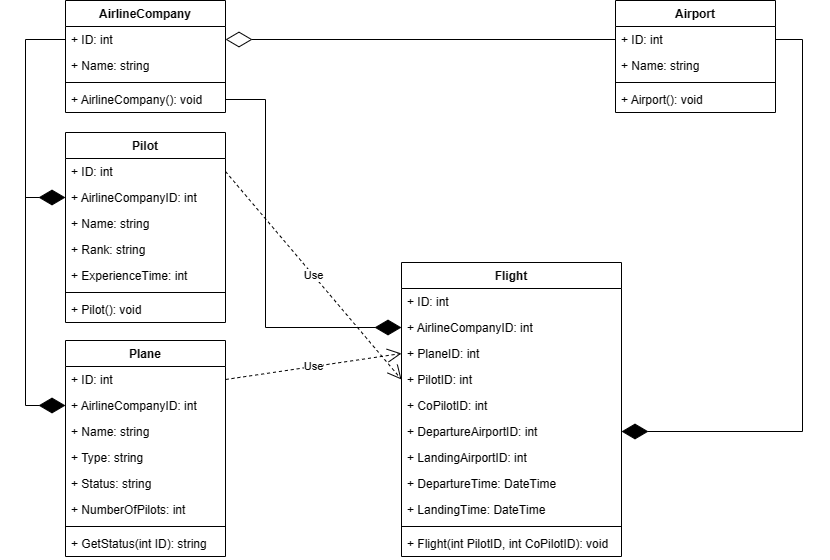
Above: ObjectOrientedProgramming/FlightManagementSystem.png in hasanfurkangulmez/kodluyoruzilkrepo (draw.io), before the change. Source tidied: cells renumbered, new cells last; positions are measured from the earlier drawing's top-left corner, leaving out a move shared by most shapes. Its diagram source:
```xml
<mxGraphModel background="#FFFFFF">
  <root>
    <mxCell id="0" />
    <mxCell id="1" parent="0" />
    <mxCell id="2" value="AirlineCompany" style="swimlane;fontStyle=1;align=center;verticalAlign=top;horizontal=1;startSize=26;" parent="1" vertex="1">
      <mxGeometry x="40" width="160" height="112" as="geometry" />
    </mxCell>
    <mxCell id="3" value="+ ID: int" style="text;strokeColor=none;fillColor=none;align=left;verticalAlign=top;spacingLeft=4;spacingRight=4;overflow=hidden;points=[[0,0.5],[1,0.5]];portConstraint=eastwest;" parent="2" vertex="1">
      <mxGeometry y="26" width="160" height="26" as="geometry" />
    </mxCell>
    <mxCell id="4" value="+ Name: string" style="text;strokeColor=none;fillColor=none;align=left;verticalAlign=top;spacingLeft=4;spacingRight=4;overflow=hidden;" parent="2" vertex="1">
      <mxGeometry y="52" width="160" height="26" as="geometry" />
    </mxCell>
    <mxCell id="5" style="line;strokeWidth=1;fillColor=none;align=left;verticalAlign=middle;spacingTop=-1;spacingLeft=3;spacingRight=3;labelPosition=right;strokeColor=inherit;" parent="2" vertex="1">
      <mxGeometry y="78" width="160" height="8" as="geometry" />
    </mxCell>
    <mxCell id="6" value="+ AirlineCompany(): void" style="text;strokeColor=none;fillColor=none;align=left;verticalAlign=top;spacingLeft=4;spacingRight=4;overflow=hidden;points=[[0,0.5],[1,0.5]];portConstraint=eastwest;" parent="2" vertex="1">
      <mxGeometry y="86" width="160" height="26" as="geometry" />
    </mxCell>
    <mxCell id="7" value="Plane" style="swimlane;fontStyle=1;align=center;verticalAlign=top;horizontal=1;startSize=26;" parent="1" vertex="1">
      <mxGeometry x="40" y="340" width="160" height="216" as="geometry" />
    </mxCell>
    <mxCell id="8" value="+ ID: int" style="text;strokeColor=none;fillColor=none;align=left;verticalAlign=top;spacingLeft=4;spacingRight=4;overflow=hidden;points=[[0,0.5],[1,0.5]];portConstraint=eastwest;" parent="7" vertex="1">
      <mxGeometry y="26" width="160" height="26" as="geometry" />
    </mxCell>
    <mxCell id="9" value="+ AirlineCompanyID: int" style="text;strokeColor=none;fillColor=none;align=left;verticalAlign=top;spacingLeft=4;spacingRight=4;overflow=hidden;points=[[0,0.5],[1,0.5]];portConstraint=eastwest;" parent="7" vertex="1">
      <mxGeometry y="52" width="160" height="26" as="geometry" />
    </mxCell>
    <mxCell id="10" value="+ Name: string" style="text;strokeColor=none;fillColor=none;align=left;verticalAlign=top;spacingLeft=4;spacingRight=4;overflow=hidden;" parent="7" vertex="1">
      <mxGeometry y="78" width="160" height="26" as="geometry" />
    </mxCell>
    <mxCell id="11" value="+ Type: string" style="text;strokeColor=none;fillColor=none;align=left;verticalAlign=top;spacingLeft=4;spacingRight=4;overflow=hidden;" parent="7" vertex="1">
      <mxGeometry y="104" width="160" height="26" as="geometry" />
    </mxCell>
    <mxCell id="12" value="+ Status: string" style="text;strokeColor=none;fillColor=none;align=left;verticalAlign=top;spacingLeft=4;spacingRight=4;overflow=hidden;" parent="7" vertex="1">
      <mxGeometry y="130" width="160" height="26" as="geometry" />
    </mxCell>
    <mxCell id="13" value="+ NumberOfPilots: int" style="text;strokeColor=none;fillColor=none;align=left;verticalAlign=top;spacingLeft=4;spacingRight=4;overflow=hidden;" parent="7" vertex="1">
      <mxGeometry y="156" width="160" height="26" as="geometry" />
    </mxCell>
    <mxCell id="14" style="line;strokeWidth=1;fillColor=none;align=left;verticalAlign=middle;spacingTop=-1;spacingLeft=3;spacingRight=3;labelPosition=right;strokeColor=inherit;" parent="7" vertex="1">
      <mxGeometry y="182" width="160" height="8" as="geometry" />
    </mxCell>
    <mxCell id="15" value="+ GetStatus(int ID): string" style="text;strokeColor=none;fillColor=none;align=left;verticalAlign=top;spacingLeft=4;spacingRight=4;overflow=hidden;" parent="7" vertex="1">
      <mxGeometry y="190" width="160" height="26" as="geometry" />
    </mxCell>
    <mxCell id="16" value="Flight" style="swimlane;fontStyle=1;align=center;verticalAlign=top;horizontal=1;startSize=26;" parent="1" vertex="1">
      <mxGeometry x="376" y="262" width="220" height="294" as="geometry" />
    </mxCell>
    <mxCell id="17" value="+ ID: int" style="text;strokeColor=none;fillColor=none;align=left;verticalAlign=top;spacingLeft=4;spacingRight=4;overflow=hidden;" parent="16" vertex="1">
      <mxGeometry y="26" width="220" height="26" as="geometry" />
    </mxCell>
    <mxCell id="18" value="+ AirlineCompanyID: int" style="text;strokeColor=none;fillColor=none;align=left;verticalAlign=top;spacingLeft=4;spacingRight=4;overflow=hidden;points=[[0,0.5],[1,0.5]];portConstraint=eastwest;" parent="16" vertex="1">
      <mxGeometry y="52" width="220" height="26" as="geometry" />
    </mxCell>
    <mxCell id="19" value="+ PlaneID: int" style="text;strokeColor=none;fillColor=none;align=left;verticalAlign=top;spacingLeft=4;spacingRight=4;overflow=hidden;points=[[0,0.5],[1,0.5]];portConstraint=eastwest;" parent="16" vertex="1">
      <mxGeometry y="78" width="220" height="26" as="geometry" />
    </mxCell>
    <mxCell id="20" value="+ PilotID: int" style="text;strokeColor=none;fillColor=none;align=left;verticalAlign=top;spacingLeft=4;spacingRight=4;overflow=hidden;points=[[0,0.5],[1,0.5]];portConstraint=eastwest;" parent="16" vertex="1">
      <mxGeometry y="104" width="220" height="26" as="geometry" />
    </mxCell>
    <mxCell id="21" value="+ CoPilotID: int" style="text;strokeColor=none;fillColor=none;align=left;verticalAlign=top;spacingLeft=4;spacingRight=4;overflow=hidden;" parent="16" vertex="1">
      <mxGeometry y="130" width="220" height="26" as="geometry" />
    </mxCell>
    <mxCell id="22" value="+ DepartureAirportID: int" style="text;strokeColor=none;fillColor=none;align=left;verticalAlign=top;spacingLeft=4;spacingRight=4;overflow=hidden;points=[[0,0.5],[1,0.5]];portConstraint=eastwest;" parent="16" vertex="1">
      <mxGeometry y="156" width="220" height="26" as="geometry" />
    </mxCell>
    <mxCell id="23" value="+ LandingAirportID: int" style="text;strokeColor=none;fillColor=none;align=left;verticalAlign=top;spacingLeft=4;spacingRight=4;overflow=hidden;" parent="16" vertex="1">
      <mxGeometry y="182" width="220" height="26" as="geometry" />
    </mxCell>
    <mxCell id="24" value="+ DepartureTime: DateTime" style="text;strokeColor=none;fillColor=none;align=left;verticalAlign=top;spacingLeft=4;spacingRight=4;overflow=hidden;" parent="16" vertex="1">
      <mxGeometry y="208" width="220" height="26" as="geometry" />
    </mxCell>
    <mxCell id="25" value="+ LandingTime: DateTime" style="text;strokeColor=none;fillColor=none;align=left;verticalAlign=top;spacingLeft=4;spacingRight=4;overflow=hidden;" parent="16" vertex="1">
      <mxGeometry y="234" width="220" height="26" as="geometry" />
    </mxCell>
    <mxCell id="26" style="line;strokeWidth=1;fillColor=none;align=left;verticalAlign=middle;spacingTop=-1;spacingLeft=3;spacingRight=3;labelPosition=right;strokeColor=inherit;" parent="16" vertex="1">
      <mxGeometry y="260" width="220" height="8" as="geometry" />
    </mxCell>
    <mxCell id="27" value="+ Flight(int PilotID, int CoPilotID): void" style="text;strokeColor=none;fillColor=none;align=left;verticalAlign=top;spacingLeft=4;spacingRight=4;overflow=hidden;" parent="16" vertex="1">
      <mxGeometry y="268" width="220" height="26" as="geometry" />
    </mxCell>
    <mxCell id="28" value="Pilot" style="swimlane;fontStyle=1;align=center;verticalAlign=top;horizontal=1;startSize=26;" parent="1" vertex="1">
      <mxGeometry x="40" y="132" width="160" height="190" as="geometry" />
    </mxCell>
    <mxCell id="29" value="+ ID: int" style="text;strokeColor=none;fillColor=none;align=left;verticalAlign=top;spacingLeft=4;spacingRight=4;overflow=hidden;points=[[0,0.5],[1,0.5]];portConstraint=eastwest;" parent="28" vertex="1">
      <mxGeometry y="26" width="160" height="26" as="geometry" />
    </mxCell>
    <mxCell id="30" value="+ AirlineCompanyID: int" style="text;strokeColor=none;fillColor=none;align=left;verticalAlign=top;spacingLeft=4;spacingRight=4;overflow=hidden;points=[[0,0.5],[1,0.5]];portConstraint=eastwest;" parent="28" vertex="1">
      <mxGeometry y="52" width="160" height="26" as="geometry" />
    </mxCell>
    <mxCell id="31" value="+ Name: string" style="text;strokeColor=none;fillColor=none;align=left;verticalAlign=top;spacingLeft=4;spacingRight=4;overflow=hidden;" parent="28" vertex="1">
      <mxGeometry y="78" width="160" height="26" as="geometry" />
    </mxCell>
    <mxCell id="32" value="+ Rank: string" style="text;strokeColor=none;fillColor=none;align=left;verticalAlign=top;spacingLeft=4;spacingRight=4;overflow=hidden;" parent="28" vertex="1">
      <mxGeometry y="104" width="160" height="26" as="geometry" />
    </mxCell>
    <mxCell id="33" value="+ ExperienceTime: int" style="text;strokeColor=none;fillColor=none;align=left;verticalAlign=top;spacingLeft=4;spacingRight=4;overflow=hidden;" parent="28" vertex="1">
      <mxGeometry y="130" width="160" height="26" as="geometry" />
    </mxCell>
    <mxCell id="34" style="line;strokeWidth=1;fillColor=none;align=left;verticalAlign=middle;spacingTop=-1;spacingLeft=3;spacingRight=3;labelPosition=right;strokeColor=inherit;" parent="28" vertex="1">
      <mxGeometry y="156" width="160" height="8" as="geometry" />
    </mxCell>
    <mxCell id="35" value="+ Pilot(): void" style="text;strokeColor=none;fillColor=none;align=left;verticalAlign=top;spacingLeft=4;spacingRight=4;overflow=hidden;" parent="28" vertex="1">
      <mxGeometry y="164" width="160" height="26" as="geometry" />
    </mxCell>
    <mxCell id="36" value="Airport" style="swimlane;fontStyle=1;align=center;verticalAlign=top;horizontal=1;startSize=26;" parent="1" vertex="1">
      <mxGeometry x="590" width="160" height="112" as="geometry" />
    </mxCell>
    <mxCell id="37" value="+ ID: int" style="text;strokeColor=none;fillColor=none;align=left;verticalAlign=top;spacingLeft=4;spacingRight=4;overflow=hidden;points=[[0,0.5],[1,0.5]];portConstraint=eastwest;" parent="36" vertex="1">
      <mxGeometry y="26" width="160" height="26" as="geometry" />
    </mxCell>
    <mxCell id="38" value="+ Name: string" style="text;strokeColor=none;fillColor=none;align=left;verticalAlign=top;spacingLeft=4;spacingRight=4;overflow=hidden;" parent="36" vertex="1">
      <mxGeometry y="52" width="160" height="26" as="geometry" />
    </mxCell>
    <mxCell id="39" style="line;strokeWidth=1;fillColor=none;align=left;verticalAlign=middle;spacingTop=-1;spacingLeft=3;spacingRight=3;labelPosition=right;strokeColor=inherit;" parent="36" vertex="1">
      <mxGeometry y="78" width="160" height="8" as="geometry" />
    </mxCell>
    <mxCell id="40" value="+ Airport(): void" style="text;strokeColor=none;fillColor=none;align=left;verticalAlign=top;spacingLeft=4;spacingRight=4;overflow=hidden;" parent="36" vertex="1">
      <mxGeometry y="86" width="160" height="26" as="geometry" />
    </mxCell>
    <mxCell id="41" style="endArrow=diamondThin;endFill=0;endSize=24;html=1;rounded=0;exitX=0;exitY=0.5;exitDx=0;exitDy=0;entryX=1;entryY=0.5;entryDx=0;entryDy=0;" parent="1" edge="1" source="37" target="3">
      <mxGeometry relative="1" as="geometry" />
    </mxCell>
    <mxCell id="42" style="endArrow=diamondThin;endFill=1;endSize=24;html=1;rounded=0;exitX=1;exitY=0.5;exitDx=0;exitDy=0;entryX=1;entryY=0.5;entryDx=0;entryDy=0;" parent="1" edge="1" source="37" target="22">
      <mxGeometry relative="1" as="geometry">
        <Array as="points">
          <mxPoint x="777" y="39" />
          <mxPoint x="777" y="431" />
        </Array>
      </mxGeometry>
    </mxCell>
    <mxCell id="43" style="endArrow=diamondThin;endFill=1;endSize=24;html=1;rounded=0;entryX=0;entryY=0.5;entryDx=0;entryDy=0;exitX=1;exitY=0.5;exitDx=0;exitDy=0;" parent="1" edge="1" source="6" target="18">
      <mxGeometry relative="1" as="geometry">
        <Array as="points">
          <mxPoint x="240" y="99" />
          <mxPoint x="240" y="327" />
        </Array>
      </mxGeometry>
    </mxCell>
    <mxCell id="44" style="endArrow=diamondThin;endFill=1;endSize=24;html=1;rounded=0;exitX=0;exitY=0.5;exitDx=0;exitDy=0;entryX=0;entryY=0.5;entryDx=0;entryDy=0;" parent="1" edge="1" source="3" target="30">
      <mxGeometry relative="1" as="geometry">
        <Array as="points">
          <mxPoint y="39" />
          <mxPoint y="197" />
        </Array>
      </mxGeometry>
    </mxCell>
    <mxCell id="45" style="endArrow=diamondThin;endFill=1;endSize=24;html=1;rounded=0;entryX=0;entryY=0.5;entryDx=0;entryDy=0;" parent="1" edge="1" target="9">
      <mxGeometry relative="1" as="geometry">
        <mxPoint y="190" as="sourcePoint" />
        <Array as="points">
          <mxPoint y="405" />
        </Array>
      </mxGeometry>
    </mxCell>
    <mxCell id="46" value="Use" style="endArrow=open;endSize=12;dashed=1;html=1;rounded=0;exitX=1;exitY=0.5;exitDx=0;exitDy=0;entryX=0;entryY=0.5;entryDx=0;entryDy=0;" parent="1" edge="1" source="29" target="20">
      <mxGeometry relative="1" as="geometry" />
    </mxCell>
    <mxCell id="47" value="Use" style="endArrow=open;endSize=12;dashed=1;html=1;rounded=0;exitX=1;exitY=0.5;exitDx=0;exitDy=0;entryX=0;entryY=0.5;entryDx=0;entryDy=0;" parent="1" edge="1" source="8" target="19">
      <mxGeometry relative="1" as="geometry" />
    </mxCell>
  </root>
</mxGraphModel>
```
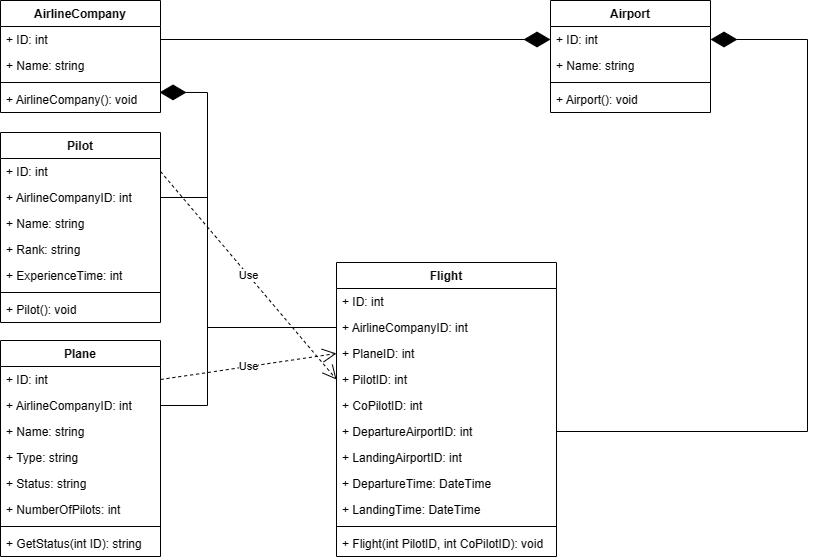
The same diagram one commit later.

Change to the diagram source:
```diff
@@ -119,46 +119,40 @@
     <mxCell id="40" value="+ Airport(): void" style="text;strokeColor=none;fillColor=none;align=left;verticalAlign=top;spacingLeft=4;spacingRight=4;overflow=hidden;" parent="36" vertex="1">
       <mxGeometry y="86" width="160" height="26" as="geometry" />
     </mxCell>
-    <mxCell id="41" style="endArrow=diamondThin;endFill=0;endSize=24;html=1;rounded=0;exitX=0;exitY=0.5;exitDx=0;exitDy=0;entryX=1;entryY=0.5;entryDx=0;entryDy=0;" parent="1" edge="1" source="37" target="3">
+    <mxCell id="41" style="endArrow=diamondThin;endFill=1;endSize=24;html=1;rounded=0;exitX=1;exitY=0.5;exitDx=0;exitDy=0;entryX=0;entryY=0.5;entryDx=0;entryDy=0;" parent="1" edge="1" source="3" target="37">
       <mxGeometry relative="1" as="geometry" />
     </mxCell>
-    <mxCell id="42" style="endArrow=diamondThin;endFill=1;endSize=24;html=1;rounded=0;exitX=1;exitY=0.5;exitDx=0;exitDy=0;entryX=1;entryY=0.5;entryDx=0;entryDy=0;" parent="1" edge="1" source="37" target="22">
+    <mxCell id="42" style="endArrow=diamondThin;endFill=1;endSize=24;html=1;rounded=0;entryX=1;entryY=0.5;entryDx=0;entryDy=0;exitX=1;exitY=0.5;exitDx=0;exitDy=0;" parent="1" edge="1" source="22" target="37">
       <mxGeometry relative="1" as="geometry">
         <Array as="points">
-          <mxPoint x="777" y="39" />
-          <mxPoint x="777" y="431" />
+          <mxPoint x="847" y="431" />
+          <mxPoint x="847" y="39" />
         </Array>
       </mxGeometry>
     </mxCell>
-    <mxCell id="43" style="endArrow=diamondThin;endFill=1;endSize=24;html=1;rounded=0;entryX=0;entryY=0.5;entryDx=0;entryDy=0;exitX=1;exitY=0.5;exitDx=0;exitDy=0;" parent="1" edge="1" source="6" target="18">
+    <mxCell id="43" style="endArrow=diamondThin;endFill=1;endSize=24;html=1;rounded=0;entryX=0.994;entryY=0.227;entryDx=0;entryDy=0;entryPerimeter=0;exitX=0;exitY=0.5;exitDx=0;exitDy=0;" parent="1" edge="1" source="18" target="6">
       <mxGeometry relative="1" as="geometry">
         <Array as="points">
-          <mxPoint x="240" y="99" />
-          <mxPoint x="240" y="327" />
+          <mxPoint x="247" y="327" />
+          <mxPoint x="247" y="92" />
         </Array>
       </mxGeometry>
     </mxCell>
-    <mxCell id="44" style="endArrow=diamondThin;endFill=1;endSize=24;html=1;rounded=0;exitX=0;exitY=0.5;exitDx=0;exitDy=0;entryX=0;entryY=0.5;entryDx=0;entryDy=0;" parent="1" edge="1" source="3" target="30">
-      <mxGeometry relative="1" as="geometry">
-        <Array as="points">
-          <mxPoint y="39" />
-          <mxPoint y="197" />
-        </Array>
-      </mxGeometry>
-    </mxCell>
-    <mxCell id="45" style="endArrow=diamondThin;endFill=1;endSize=24;html=1;rounded=0;entryX=0;entryY=0.5;entryDx=0;entryDy=0;" parent="1" edge="1" target="9">
-      <mxGeometry relative="1" as="geometry">
-        <mxPoint y="190" as="sourcePoint" />
-        <Array as="points">
-          <mxPoint y="405" />
-        </Array>
-      </mxGeometry>
-    </mxCell>
     <mxCell id="46" value="Use" style="endArrow=open;endSize=12;dashed=1;html=1;rounded=0;exitX=1;exitY=0.5;exitDx=0;exitDy=0;entryX=0;entryY=0.5;entryDx=0;entryDy=0;" parent="1" edge="1" source="29" target="20">
       <mxGeometry relative="1" as="geometry" />
     </mxCell>
     <mxCell id="47" value="Use" style="endArrow=open;endSize=12;dashed=1;html=1;rounded=0;exitX=1;exitY=0.5;exitDx=0;exitDy=0;entryX=0;entryY=0.5;entryDx=0;entryDy=0;" parent="1" edge="1" source="8" target="19">
       <mxGeometry relative="1" as="geometry" />
     </mxCell>
+    <mxCell id="48" style="edgeStyle=orthogonalEdgeStyle;rounded=0;jettySize=auto;html=1;exitX=1;exitY=0.5;exitDx=0;exitDy=0;startArrow=none;startFill=0;endArrow=none;endFill=0;" parent="1" edge="1" source="30">
+      <mxGeometry relative="1" as="geometry">
+        <mxPoint x="247" y="197" as="targetPoint" />
+      </mxGeometry>
+    </mxCell>
+    <mxCell id="49" style="edgeStyle=orthogonalEdgeStyle;rounded=0;jettySize=auto;html=1;exitX=1;exitY=0.5;exitDx=0;exitDy=0;startArrow=none;startFill=0;endArrow=none;endFill=0;" parent="1" edge="1" source="9">
+      <mxGeometry relative="1" as="geometry">
+        <mxPoint x="247" y="325" as="targetPoint" />
+      </mxGeometry>
+    </mxCell>
   </root>
 </mxGraphModel>
```
